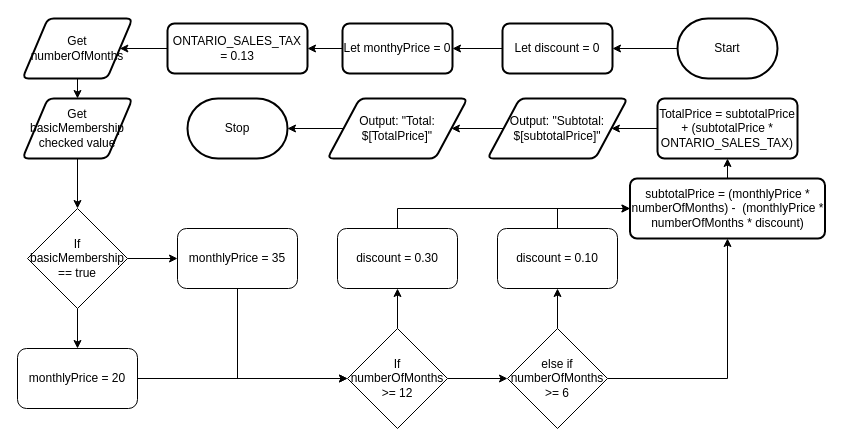
Above: design/flowchart.drawio in MTHS-ICD2O-1-2024/ICD2O-Assignment-04-Aimar-Fernandez (draw.io), before the change. Source tidied: cells renumbered, new cells numbered last; positions are measured from the earlier drawing's top-left corner, leaving out a move shared by most shapes. Both pictures are drawn from the tidied source at 100%, with x=0, y=0 at pixel (17, 18).
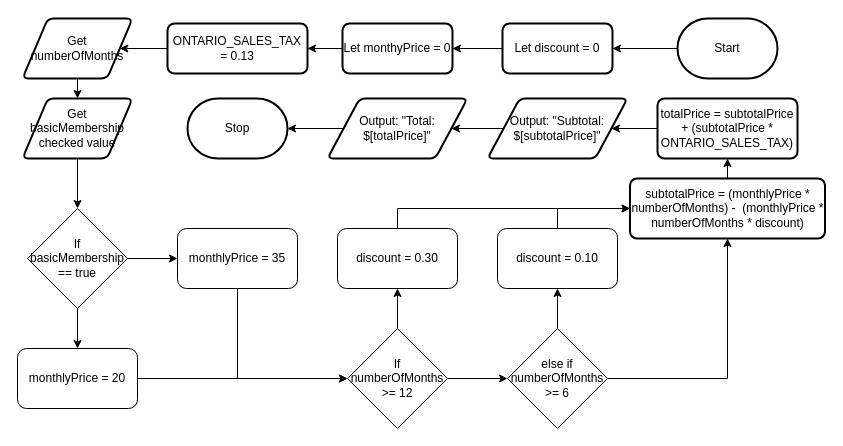
After the change.

Diff of the diagram source:
```diff
@@
-    <mxCell id="37" value="Output: &quot;Total: $[TotalPrice]&quot;" style="shape=parallelogram;html=1;strokeWidth=2;perimeter=parallelogramPerimeter;whiteSpace=wrap;rounded=1;arcSize=12;size=0.23;" parent="1" vertex="1">
+    <mxCell id="37" value="Output: &quot;Total: $[totalPrice]&quot;" style="shape=parallelogram;html=1;strokeWidth=2;perimeter=parallelogramPerimeter;whiteSpace=wrap;rounded=1;arcSize=12;size=0.23;" parent="1" vertex="1">
       <mxGeometry x="310" y="80" width="140" height="60" as="geometry" />
     </mxCell>
@@
-    <mxCell id="39" value="TotalPrice = subtotalPrice + (subtotalPrice * ONTARIO_SALES_TAX)" style="rounded=1;whiteSpace=wrap;html=1;absoluteArcSize=1;arcSize=14;strokeWidth=2;" parent="1" vertex="1">
+    <mxCell id="39" value="totalPrice = subtotalPrice + (subtotalPrice * ONTARIO_SALES_TAX)" style="rounded=1;whiteSpace=wrap;html=1;absoluteArcSize=1;arcSize=14;strokeWidth=2;" parent="1" vertex="1">
       <mxGeometry x="640" y="80" width="140" height="60" as="geometry" />
     </mxCell>
```
